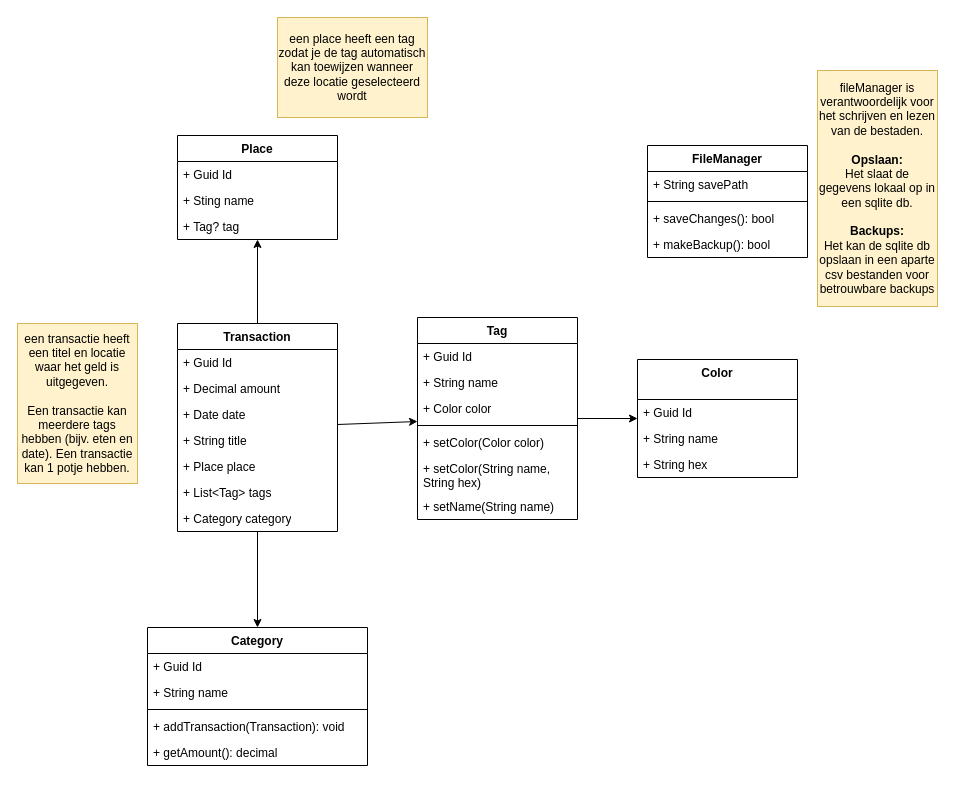
This is class-diagram.drawio from RubenZwinkels/ROOS, a draw.io file, before an edit. Source tidied: cells renumbered, new cells numbered last; positions are measured from the earlier drawing's top-left corner, leaving out a move shared by most shapes. Both pictures are drawn from the tidied source at 100%, with x=0, y=0 at pixel (17, 17).
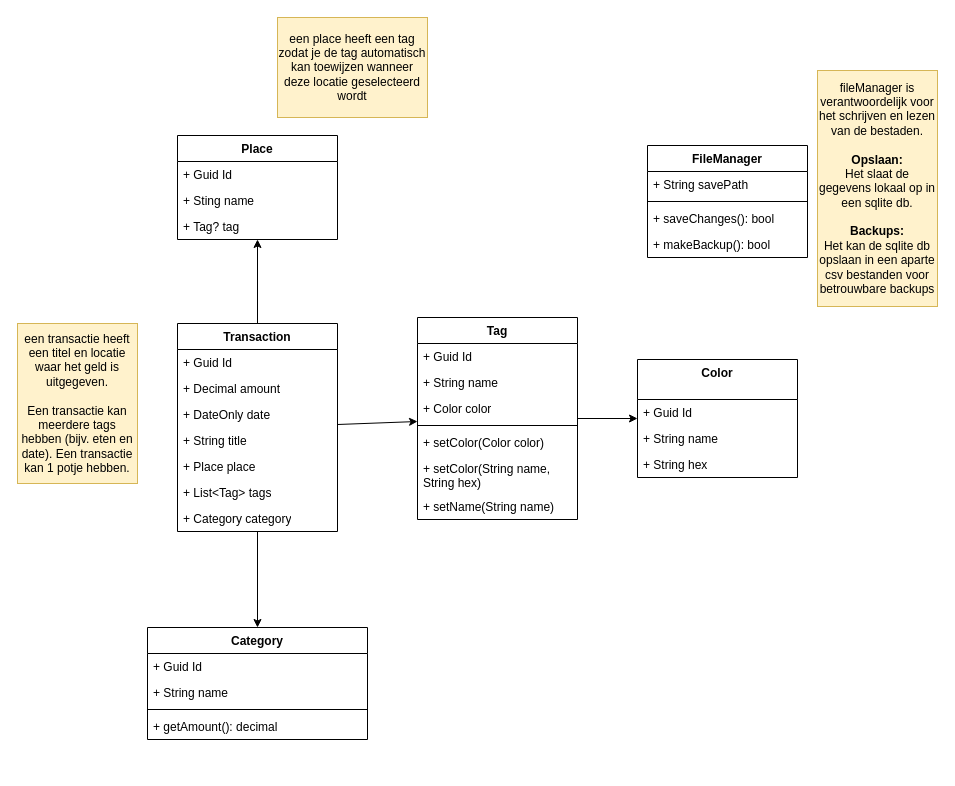
The same page after the edit.

The change refers to these unchanged cells:
```xml
<mxCell id="8" value="Transaction" style="swimlane;fontStyle=1;align=center;verticalAlign=top;horizontal=1;startSize=26;whiteSpace=wrap;html=1;" parent="1" vertex="1">
  <mxGeometry x="160" y="306" width="160" height="208" as="geometry" />
</mxCell>
```

Change to the diagram source:
```diff
@@
     <mxCell id="2" value="Category" style="swimlane;fontStyle=1;align=center;verticalAlign=top;horizontal=1;startSize=26;whiteSpace=wrap;html=1;" parent="1" vertex="1">
-      <mxGeometry x="130" y="610" width="220" height="138" as="geometry" />
+      <mxGeometry x="130" y="610" width="220" height="112" as="geometry" />
     </mxCell>
@@
-    <mxCell id="6" value="+ addTransaction(Transaction): void" style="text;strokeColor=none;fillColor=none;align=left;verticalAlign=top;spacingLeft=4;spacingRight=4;overflow=hidden;whiteSpace=wrap;html=1;" parent="2" vertex="1">
-      <mxGeometry y="86" width="220" height="26" as="geometry" />
-    </mxCell>
     <mxCell id="7" value="+ getAmount(): decimal" style="text;strokeColor=none;fillColor=none;align=left;verticalAlign=top;spacingLeft=4;spacingRight=4;overflow=hidden;whiteSpace=wrap;html=1;" parent="2" vertex="1">
-      <mxGeometry y="112" width="220" height="26" as="geometry" />
+      <mxGeometry y="86" width="220" height="26" as="geometry" />
     </mxCell>
@@
-    <mxCell id="11" value="+ Date date" style="text;strokeColor=none;fillColor=none;align=left;verticalAlign=top;spacingLeft=4;spacingRight=4;overflow=hidden;whiteSpace=wrap;html=1;" parent="8" vertex="1">
+    <mxCell id="11" value="+ DateOnly date" style="text;strokeColor=none;fillColor=none;align=left;verticalAlign=top;spacingLeft=4;spacingRight=4;overflow=hidden;whiteSpace=wrap;html=1;" parent="8" vertex="1">
       <mxGeometry y="78" width="160" height="26" as="geometry" />
     </mxCell>
```
